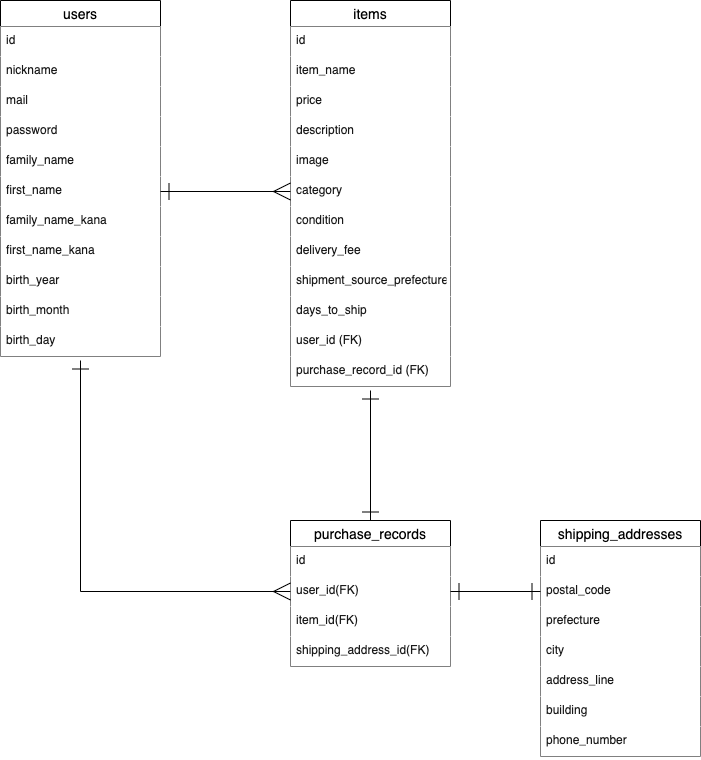
This is .drawio.png from tarotakano9/furima-29619, a draw.io export, as it was before one commit. Source tidied: cells renumbered, new cells last; positions are measured from the earlier drawing's top-left corner, leaving out a move shared by most shapes.
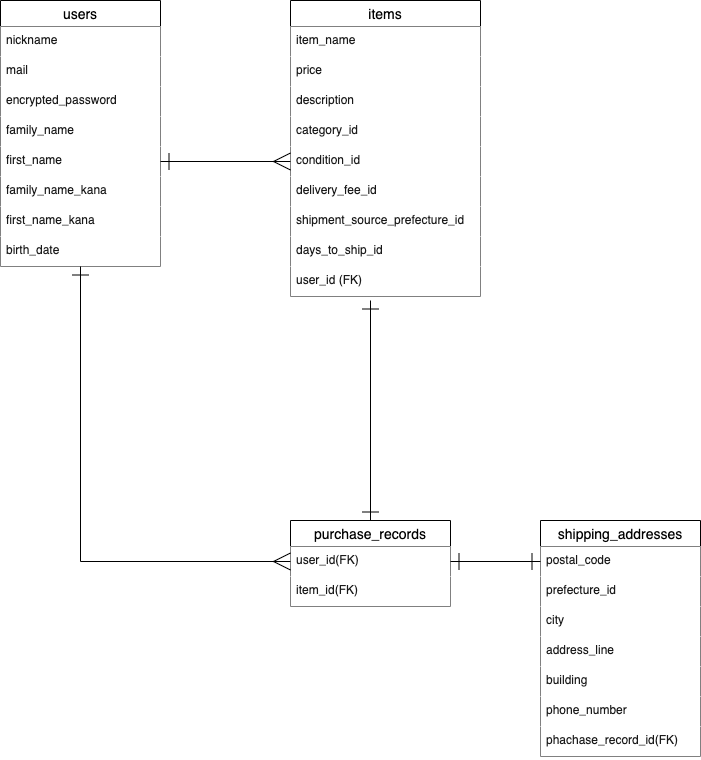
The same file after the commit.

Commit message:
READMEとER図のレビューバック修正

The edit, as a diff of the source:
```diff
@@ -3,134 +3,110 @@
     <mxCell id="0" />
     <mxCell id="1" parent="0" />
     <mxCell id="2" value="users" style="swimlane;fontStyle=0;horizontal=1;startSize=26;align=center;fontSize=14;" parent="1" vertex="1">
-      <mxGeometry width="160" height="356" as="geometry" />
+      <mxGeometry width="160" height="266" as="geometry" />
     </mxCell>
-    <mxCell id="3" value="id" style="text;strokeColor=none;fillColor=#FFFFFF;spacingLeft=4;spacingRight=4;overflow=hidden;fontSize=12;fontColor=#1A1A1A;" parent="2" vertex="1">
-      <mxGeometry y="26" width="160" height="30" as="geometry" />
-    </mxCell>
     <mxCell id="4" value="nickname" style="text;strokeColor=none;fillColor=#FFFFFF;spacingLeft=4;spacingRight=4;overflow=hidden;fontSize=12;fontColor=#1A1A1A;" parent="2" vertex="1">
-      <mxGeometry y="56" width="160" height="30" as="geometry" />
+      <mxGeometry y="26" width="160" height="30" as="geometry" />
     </mxCell>
     <mxCell id="5" value="mail" style="text;strokeColor=none;fillColor=#FFFFFF;spacingLeft=4;spacingRight=4;overflow=hidden;fontSize=12;fontColor=#1A1A1A;" parent="2" vertex="1">
-      <mxGeometry y="86" width="160" height="30" as="geometry" />
+      <mxGeometry y="56" width="160" height="30" as="geometry" />
     </mxCell>
-    <mxCell id="6" value="password" style="text;strokeColor=none;fillColor=#FFFFFF;spacingLeft=4;spacingRight=4;overflow=hidden;fontSize=12;fontColor=#1A1A1A;" parent="2" vertex="1">
-      <mxGeometry y="116" width="160" height="30" as="geometry" />
+    <mxCell id="6" value="encrypted_password" style="text;strokeColor=none;fillColor=#FFFFFF;spacingLeft=4;spacingRight=4;overflow=hidden;fontSize=12;fontColor=#1A1A1A;" parent="2" vertex="1">
+      <mxGeometry y="86" width="160" height="30" as="geometry" />
     </mxCell>
     <mxCell id="7" value="family_name" style="text;strokeColor=none;fillColor=#FFFFFF;spacingLeft=4;spacingRight=4;overflow=hidden;fontSize=12;fontColor=#1A1A1A;" parent="2" vertex="1">
-      <mxGeometry y="146" width="160" height="30" as="geometry" />
+      <mxGeometry y="116" width="160" height="30" as="geometry" />
     </mxCell>
     <mxCell id="8" value="first_name" style="text;strokeColor=none;fillColor=#FFFFFF;spacingLeft=4;spacingRight=4;overflow=hidden;points=[[0,0.5],[1,0.5]];portConstraint=eastwest;fontSize=12;fontColor=#1A1A1A;" parent="2" vertex="1">
-      <mxGeometry y="176" width="160" height="30" as="geometry" />
+      <mxGeometry y="146" width="160" height="30" as="geometry" />
     </mxCell>
     <mxCell id="9" value="family_name_kana" style="text;strokeColor=none;fillColor=#FFFFFF;spacingLeft=4;spacingRight=4;overflow=hidden;fontSize=12;fontColor=#1A1A1A;" parent="2" vertex="1">
-      <mxGeometry y="206" width="160" height="30" as="geometry" />
+      <mxGeometry y="176" width="160" height="30" as="geometry" />
     </mxCell>
     <mxCell id="10" value="first_name_kana" style="text;strokeColor=none;fillColor=#FFFFFF;spacingLeft=4;spacingRight=4;overflow=hidden;fontSize=12;fontColor=#1A1A1A;" parent="2" vertex="1">
-      <mxGeometry y="236" width="160" height="30" as="geometry" />
+      <mxGeometry y="206" width="160" height="30" as="geometry" />
     </mxCell>
-    <mxCell id="11" value="birth_year" style="text;strokeColor=none;fillColor=#FFFFFF;spacingLeft=4;spacingRight=4;overflow=hidden;fontSize=12;fontColor=#1A1A1A;" parent="2" vertex="1">
-      <mxGeometry y="266" width="160" height="30" as="geometry" />
+    <mxCell id="11" value="birth_date" style="text;strokeColor=none;fillColor=#FFFFFF;spacingLeft=4;spacingRight=4;overflow=hidden;fontSize=12;fontColor=#1A1A1A;" parent="2" vertex="1">
+      <mxGeometry y="236" width="160" height="30" as="geometry" />
     </mxCell>
-    <mxCell id="12" value="birth_month" style="text;strokeColor=none;fillColor=#FFFFFF;spacingLeft=4;spacingRight=4;overflow=hidden;fontSize=12;fontColor=#1A1A1A;" parent="2" vertex="1">
-      <mxGeometry y="296" width="160" height="30" as="geometry" />
-    </mxCell>
-    <mxCell id="13" value="birth_day" style="text;strokeColor=none;fillColor=#FFFFFF;spacingLeft=4;spacingRight=4;overflow=hidden;fontSize=12;fontColor=#1A1A1A;" parent="2" vertex="1">
-      <mxGeometry y="326" width="160" height="30" as="geometry" />
-    </mxCell>
     <mxCell id="14" value="items" style="swimlane;fontStyle=0;horizontal=1;startSize=26;align=center;fontSize=14;" parent="1" vertex="1">
-      <mxGeometry x="290" width="160" height="386" as="geometry" />
+      <mxGeometry x="290" width="190" height="296" as="geometry" />
     </mxCell>
-    <mxCell id="15" value="id" style="text;strokeColor=none;fillColor=#FFFFFF;spacingLeft=4;spacingRight=4;overflow=hidden;fontSize=12;fontColor=#1A1A1A;" parent="14" vertex="1">
-      <mxGeometry y="26" width="160" height="30" as="geometry" />
-    </mxCell>
     <mxCell id="16" value="item_name" style="text;strokeColor=none;fillColor=#FFFFFF;spacingLeft=4;spacingRight=4;overflow=hidden;fontSize=12;fontColor=#1A1A1A;" parent="14" vertex="1">
-      <mxGeometry y="56" width="160" height="30" as="geometry" />
+      <mxGeometry y="26" width="190" height="30" as="geometry" />
     </mxCell>
     <mxCell id="17" value="price" style="text;strokeColor=none;fillColor=#FFFFFF;spacingLeft=4;spacingRight=4;overflow=hidden;fontSize=12;fontColor=#1A1A1A;" parent="14" vertex="1">
-      <mxGeometry y="86" width="160" height="30" as="geometry" />
+      <mxGeometry y="56" width="190" height="30" as="geometry" />
     </mxCell>
     <mxCell id="18" value="description" style="text;strokeColor=none;fillColor=#FFFFFF;spacingLeft=4;spacingRight=4;overflow=hidden;fontSize=12;fontColor=#1A1A1A;" parent="14" vertex="1">
-      <mxGeometry y="116" width="160" height="30" as="geometry" />
+      <mxGeometry y="86" width="190" height="30" as="geometry" />
     </mxCell>
-    <mxCell id="19" value="image" style="text;strokeColor=none;fillColor=#FFFFFF;spacingLeft=4;spacingRight=4;overflow=hidden;fontSize=12;fontColor=#1A1A1A;" parent="14" vertex="1">
-      <mxGeometry y="146" width="160" height="30" as="geometry" />
-    </mxCell>
-    <mxCell id="20" value="category" style="text;strokeColor=none;fillColor=#FFFFFF;spacingLeft=4;spacingRight=4;overflow=hidden;points=[[0,0.5],[1,0.5]];portConstraint=eastwest;fontSize=12;fontColor=#1A1A1A;" parent="14" vertex="1">
-      <mxGeometry y="176" width="160" height="30" as="geometry" />
+    <mxCell id="20" value="category_id" style="text;strokeColor=none;fillColor=#FFFFFF;spacingLeft=4;spacingRight=4;overflow=hidden;points=[[0,0.5],[1,0.5]];portConstraint=eastwest;fontSize=12;fontColor=#1A1A1A;" parent="14" vertex="1">
+      <mxGeometry y="116" width="190" height="30" as="geometry" />
     </mxCell>
-    <mxCell id="21" value="condition" style="text;strokeColor=none;fillColor=#FFFFFF;spacingLeft=4;spacingRight=4;overflow=hidden;points=[[0,0.5],[1,0.5]];portConstraint=eastwest;fontSize=12;fontColor=#1A1A1A;" parent="14" vertex="1">
-      <mxGeometry y="206" width="160" height="30" as="geometry" />
+    <mxCell id="21" value="condition_id" style="text;strokeColor=none;fillColor=#FFFFFF;spacingLeft=4;spacingRight=4;overflow=hidden;points=[[0,0.5],[1,0.5]];portConstraint=eastwest;fontSize=12;fontColor=#1A1A1A;" parent="14" vertex="1">
+      <mxGeometry y="146" width="190" height="30" as="geometry" />
     </mxCell>
-    <mxCell id="22" value="delivery_fee" style="text;strokeColor=none;fillColor=#FFFFFF;spacingLeft=4;spacingRight=4;overflow=hidden;fontSize=12;fontColor=#1A1A1A;" parent="14" vertex="1">
-      <mxGeometry y="236" width="160" height="30" as="geometry" />
+    <mxCell id="22" value="delivery_fee_id" style="text;strokeColor=none;fillColor=#FFFFFF;spacingLeft=4;spacingRight=4;overflow=hidden;fontSize=12;fontColor=#1A1A1A;" parent="14" vertex="1">
+      <mxGeometry y="176" width="190" height="30" as="geometry" />
     </mxCell>
-    <mxCell id="23" value="shipment_source_prefecture" style="text;strokeColor=none;fillColor=#FFFFFF;spacingLeft=4;spacingRight=4;overflow=hidden;fontSize=12;fontColor=#1A1A1A;" parent="14" vertex="1">
-      <mxGeometry y="266" width="160" height="30" as="geometry" />
+    <mxCell id="23" value="shipment_source_prefecture_id" style="text;strokeColor=none;fillColor=#FFFFFF;spacingLeft=4;spacingRight=4;overflow=hidden;fontSize=12;fontColor=#1A1A1A;" parent="14" vertex="1">
+      <mxGeometry y="206" width="190" height="30" as="geometry" />
     </mxCell>
-    <mxCell id="24" value="days_to_ship" style="text;strokeColor=none;fillColor=#FFFFFF;spacingLeft=4;spacingRight=4;overflow=hidden;fontSize=12;fontColor=#1A1A1A;" parent="14" vertex="1">
-      <mxGeometry y="296" width="160" height="30" as="geometry" />
+    <mxCell id="24" value="days_to_ship_id" style="text;strokeColor=none;fillColor=#FFFFFF;spacingLeft=4;spacingRight=4;overflow=hidden;fontSize=12;fontColor=#1A1A1A;" parent="14" vertex="1">
+      <mxGeometry y="236" width="190" height="30" as="geometry" />
     </mxCell>
     <mxCell id="25" value="user_id (FK)" style="text;strokeColor=none;fillColor=#FFFFFF;spacingLeft=4;spacingRight=4;overflow=hidden;fontSize=12;fontColor=#1A1A1A;" parent="14" vertex="1">
-      <mxGeometry y="326" width="160" height="30" as="geometry" />
+      <mxGeometry y="266" width="190" height="30" as="geometry" />
     </mxCell>
-    <mxCell id="26" value="purchase_record_id (FK)" style="text;strokeColor=none;fillColor=#FFFFFF;spacingLeft=4;spacingRight=4;overflow=hidden;fontSize=12;fontColor=#1A1A1A;" parent="14" vertex="1">
-      <mxGeometry y="356" width="160" height="30" as="geometry" />
-    </mxCell>
     <mxCell id="27" style="edgeStyle=orthogonalEdgeStyle;rounded=0;jettySize=auto;html=1;exitX=0.5;exitY=0;exitDx=0;exitDy=0;endArrow=ERone;endFill=0;startArrow=ERone;startFill=0;endSize=15;startSize=15;fillColor=#FFFFFF;fontColor=#1A1A1A;" parent="1" edge="1" source="28">
       <mxGeometry relative="1" as="geometry">
-        <mxPoint x="370" y="390" as="targetPoint" />
+        <mxPoint x="370" y="300" as="targetPoint" />
       </mxGeometry>
     </mxCell>
     <mxCell id="28" value="purchase_records" style="swimlane;fontStyle=0;horizontal=1;startSize=26;align=center;fontSize=14;" parent="1" vertex="1">
-      <mxGeometry x="290" y="520" width="160" height="146" as="geometry" />
+      <mxGeometry x="290" y="520" width="160" height="86" as="geometry" />
     </mxCell>
-    <mxCell id="29" value="id" style="text;strokeColor=none;fillColor=#FFFFFF;spacingLeft=4;spacingRight=4;overflow=hidden;fontSize=12;fontColor=#1A1A1A;" parent="28" vertex="1">
-      <mxGeometry y="26" width="160" height="30" as="geometry" />
-    </mxCell>
     <mxCell id="30" value="user_id(FK)" style="text;strokeColor=none;fillColor=#FFFFFF;spacingLeft=4;spacingRight=4;overflow=hidden;points=[[0,0.5],[1,0.5]];portConstraint=eastwest;fontSize=12;fontColor=#1A1A1A;" parent="28" vertex="1">
-      <mxGeometry y="56" width="160" height="30" as="geometry" />
+      <mxGeometry y="26" width="160" height="30" as="geometry" />
     </mxCell>
     <mxCell id="31" value="item_id(FK)" style="text;strokeColor=none;fillColor=#FFFFFF;spacingLeft=4;spacingRight=4;overflow=hidden;fontSize=12;fontColor=#1A1A1A;" parent="28" vertex="1">
-      <mxGeometry y="86" width="160" height="30" as="geometry" />
+      <mxGeometry y="56" width="160" height="30" as="geometry" />
     </mxCell>
-    <mxCell id="32" value="shipping_address_id(FK)" style="text;strokeColor=none;fillColor=#FFFFFF;spacingLeft=4;spacingRight=4;overflow=hidden;fontSize=12;fontColor=#1A1A1A;" parent="28" vertex="1">
-      <mxGeometry y="116" width="160" height="30" as="geometry" />
-    </mxCell>
     <mxCell id="33" value="shipping_addresses" style="swimlane;fontStyle=0;horizontal=1;startSize=26;align=center;fontSize=14;" parent="1" vertex="1">
       <mxGeometry x="540" y="520" width="160" height="236" as="geometry" />
     </mxCell>
-    <mxCell id="34" value="id" style="text;strokeColor=none;fillColor=#FFFFFF;spacingLeft=4;spacingRight=4;overflow=hidden;fontSize=12;fontColor=#1A1A1A;" parent="33" vertex="1">
-      <mxGeometry y="26" width="160" height="30" as="geometry" />
-    </mxCell>
     <mxCell id="35" value="postal_code" style="text;strokeColor=none;fillColor=#FFFFFF;spacingLeft=4;spacingRight=4;overflow=hidden;points=[[0,0.5],[1,0.5]];portConstraint=eastwest;fontSize=12;fontColor=#1A1A1A;" parent="33" vertex="1">
-      <mxGeometry y="56" width="160" height="30" as="geometry" />
+      <mxGeometry y="26" width="160" height="30" as="geometry" />
     </mxCell>
-    <mxCell id="36" value="prefecture" style="text;strokeColor=none;fillColor=#FFFFFF;spacingLeft=4;spacingRight=4;overflow=hidden;fontSize=12;fontColor=#1A1A1A;" parent="33" vertex="1">
-      <mxGeometry y="86" width="160" height="30" as="geometry" />
+    <mxCell id="36" value="prefecture_id" style="text;strokeColor=none;fillColor=#FFFFFF;spacingLeft=4;spacingRight=4;overflow=hidden;fontSize=12;fontColor=#1A1A1A;" parent="33" vertex="1">
+      <mxGeometry y="56" width="160" height="30" as="geometry" />
     </mxCell>
     <mxCell id="37" value="city" style="text;strokeColor=none;fillColor=#FFFFFF;spacingLeft=4;spacingRight=4;overflow=hidden;fontSize=12;fontColor=#1A1A1A;" parent="33" vertex="1">
-      <mxGeometry y="116" width="160" height="30" as="geometry" />
+      <mxGeometry y="86" width="160" height="30" as="geometry" />
     </mxCell>
     <mxCell id="38" value="address_line" style="text;strokeColor=none;fillColor=#FFFFFF;spacingLeft=4;spacingRight=4;overflow=hidden;fontSize=12;fontColor=#1A1A1A;" parent="33" vertex="1">
-      <mxGeometry y="146" width="160" height="30" as="geometry" />
+      <mxGeometry y="116" width="160" height="30" as="geometry" />
     </mxCell>
     <mxCell id="39" value="building" style="text;strokeColor=none;fillColor=#FFFFFF;spacingLeft=4;spacingRight=4;overflow=hidden;fontSize=12;fontColor=#1A1A1A;" parent="33" vertex="1">
-      <mxGeometry y="176" width="160" height="30" as="geometry" />
+      <mxGeometry y="146" width="160" height="30" as="geometry" />
     </mxCell>
     <mxCell id="40" value="phone_number" style="text;strokeColor=none;fillColor=#FFFFFF;spacingLeft=4;spacingRight=4;overflow=hidden;fontSize=12;fontColor=#1A1A1A;" parent="33" vertex="1">
-      <mxGeometry y="206" width="160" height="30" as="geometry" />
+      <mxGeometry y="176" width="160" height="30" as="geometry" />
     </mxCell>
+    <mxCell id="44" value="phachase_record_id(FK)" style="text;strokeColor=none;fillColor=#FFFFFF;spacingLeft=4;spacingRight=4;overflow=hidden;fontSize=12;fontColor=#1A1A1A;" parent="33" vertex="1">
+      <mxGeometry y="206" width="160" height="30" as="geometry" />
+    </mxCell>
-    <mxCell id="41" style="edgeStyle=orthogonalEdgeStyle;rounded=0;jettySize=auto;html=1;exitX=1;exitY=0.5;exitDx=0;exitDy=0;entryX=0;entryY=0.5;entryDx=0;entryDy=0;startArrow=ERone;startFill=0;endArrow=ERmany;endFill=0;endSize=15;startSize=15;fillColor=#FFFFFF;fontColor=#1A1A1A;" parent="1" edge="1" source="8" target="20">
+    <mxCell id="41" style="edgeStyle=orthogonalEdgeStyle;rounded=0;jettySize=auto;html=1;exitX=1;exitY=0.5;exitDx=0;exitDy=0;startArrow=ERone;startFill=0;endArrow=ERmany;endFill=0;endSize=15;startSize=15;fillColor=#FFFFFF;fontColor=#1A1A1A;entryX=0;entryY=0.5;entryDx=0;entryDy=0;" parent="1" edge="1" source="8" target="21">
       <mxGeometry relative="1" as="geometry" />
     </mxCell>
-    <mxCell id="42" style="edgeStyle=orthogonalEdgeStyle;rounded=0;jettySize=auto;html=1;exitX=1;exitY=0.5;exitDx=0;exitDy=0;entryX=0;entryY=0.5;entryDx=0;entryDy=0;targetPerimeterSpacing=0;endArrow=ERone;endFill=0;startSize=15;endSize=15;startArrow=ERone;startFill=0;fillColor=#FFFFFF;fontColor=#1A1A1A;" parent="1" edge="1" source="30" target="35">
-      <mxGeometry relative="1" as="geometry" />
+    <mxCell id="42" style="edgeStyle=orthogonalEdgeStyle;rounded=0;jettySize=auto;html=1;exitX=1;exitY=0.5;exitDx=0;exitDy=0;entryX=0;entryY=0.5;entryDx=0;entryDy=0;targetPerimeterSpacing=0;endArrow=ERone;endFill=0;startSize=15;endSize=15;startArrow=ERone;startFill=0;fillColor=#FFFFFF;fontColor=#1A1A1A;" parent="1" edge="1" source="30">
+      <mxGeometry relative="1" as="geometry">
+        <mxPoint x="540" y="561" as="targetPoint" />
+      </mxGeometry>
     </mxCell>
-    <mxCell id="43" style="edgeStyle=orthogonalEdgeStyle;rounded=0;jettySize=auto;html=1;exitX=0;exitY=0.5;exitDx=0;exitDy=0;endArrow=ERone;endFill=0;startSize=15;endSize=15;startArrow=ERmany;startFill=0;fillColor=#FFFFFF;fontColor=#1A1A1A;" parent="1" edge="1" source="30">
-      <mxGeometry relative="1" as="geometry">
-        <mxPoint x="80" y="360" as="targetPoint" />
-      </mxGeometry>
+    <mxCell id="43" style="edgeStyle=orthogonalEdgeStyle;rounded=0;jettySize=auto;html=1;exitX=0;exitY=0.5;exitDx=0;exitDy=0;endArrow=ERone;endFill=0;startSize=15;endSize=15;startArrow=ERmany;startFill=0;fillColor=#FFFFFF;fontColor=#1A1A1A;entryX=0.5;entryY=1;entryDx=0;entryDy=0;" parent="1" edge="1" source="30" target="2">
+      <mxGeometry relative="1" as="geometry" />
     </mxCell>
   </root>
 </mxGraphModel>
```
